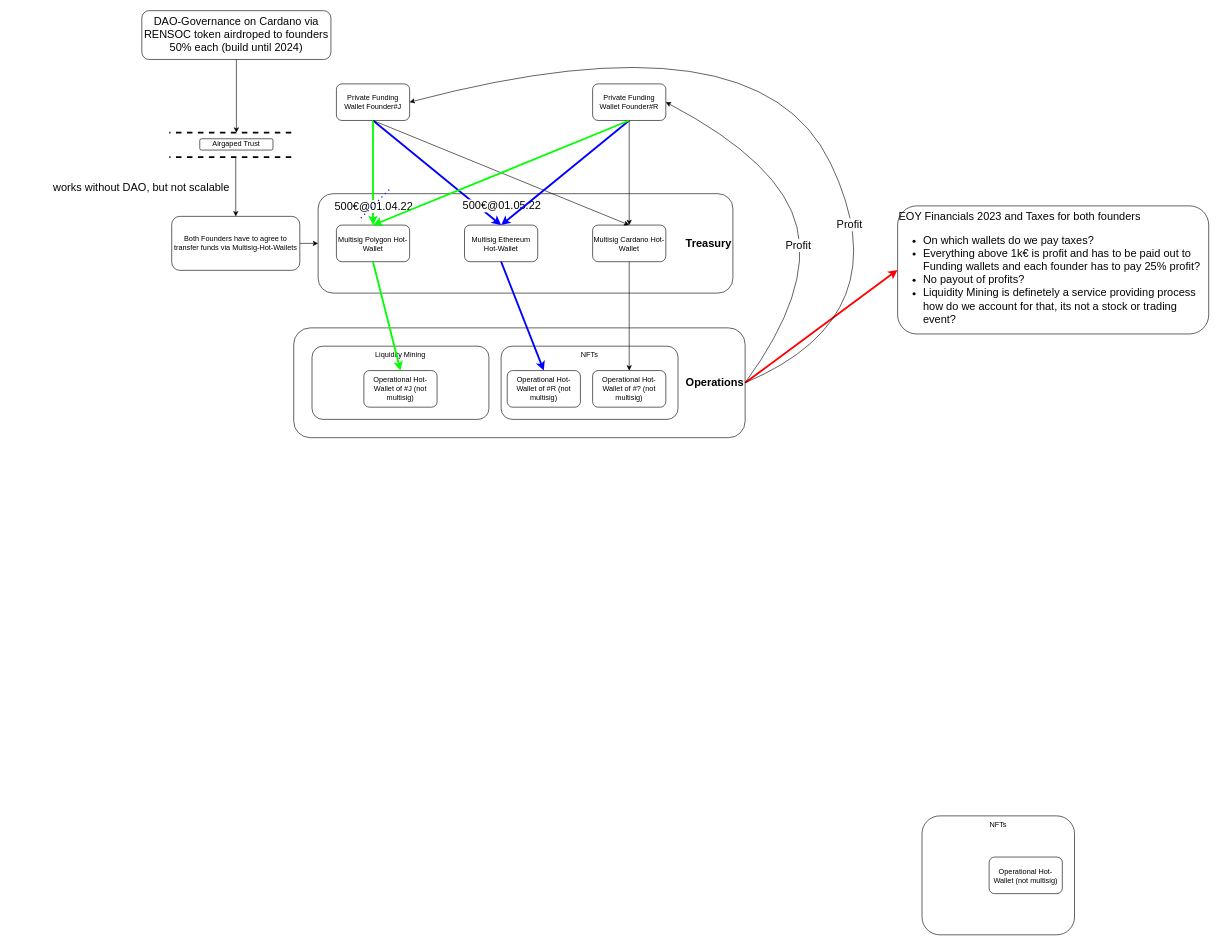
Above: 00_Organisational/Roadmap/organisationalOverview.drawio in Vedaykin/2ndRenaissanceSociety (draw.io), before the change. Source tidied: cells renumbered, new cells numbered last; positions are measured from the earlier drawing's top-left corner, leaving out a move shared by most shapes. Both pictures are drawn from the tidied source at 61%, with x=0, y=0 at pixel (142, 10).
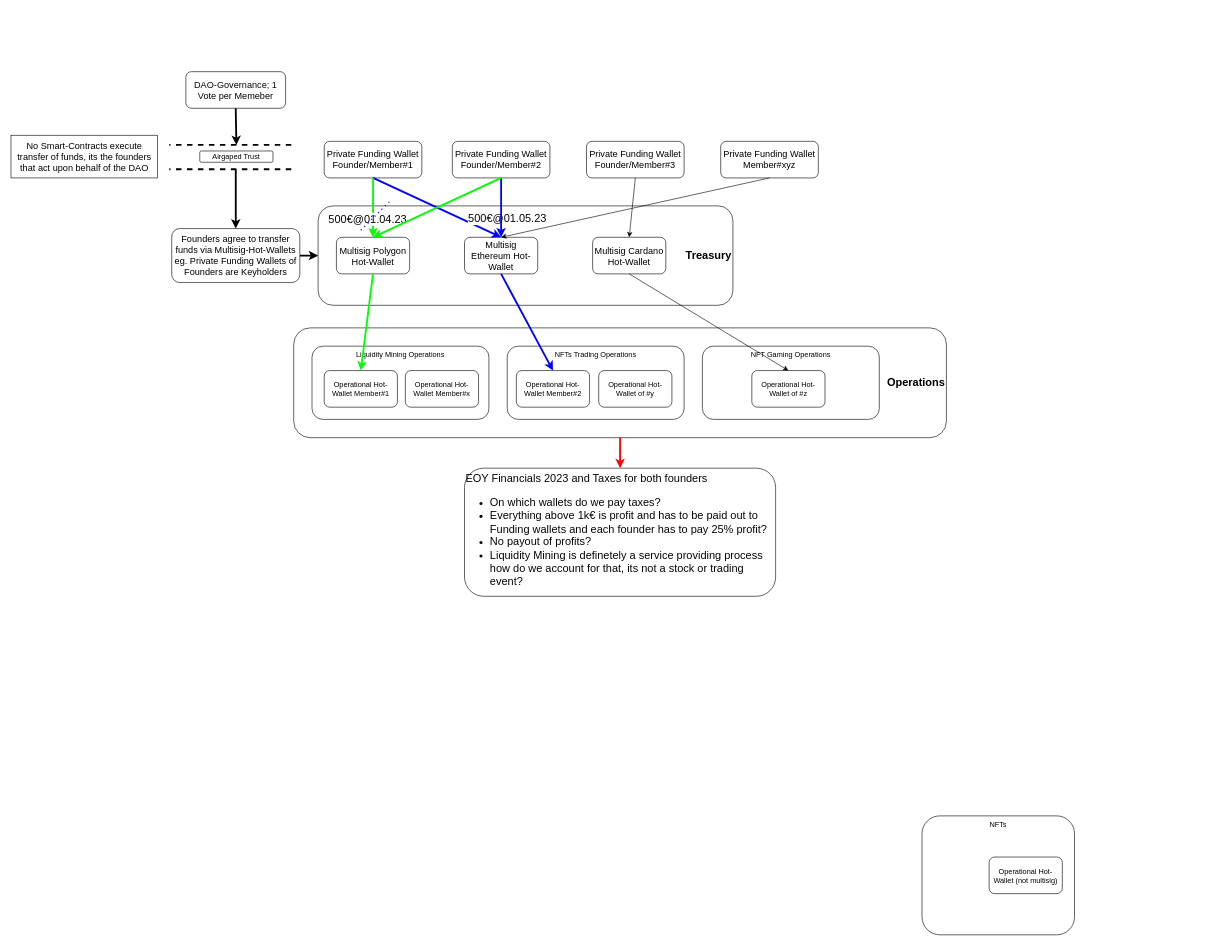
The same page after the edit.

Unchanged cells that the change refers to:
```xml
<mxCell id="8" style="endArrow=classic;startArrow=none;html=1;rounded=0;entryX=0.5;entryY=0;entryDx=0;entryDy=0;exitX=0.5;exitY=1;exitDx=0;exitDy=0;strokeColor=#0000FF;strokeWidth=3;startFill=0;" parent="1" edge="1" source="3" target="5">
  <mxGeometry relative="1" as="geometry" />
</mxCell>
<mxCell id="10" style="endArrow=classic;startArrow=none;html=1;rounded=0;entryX=0.5;entryY=0;entryDx=0;entryDy=0;exitX=0.5;exitY=1;exitDx=0;exitDy=0;fontColor=#050505;strokeColor=#00FF00;strokeWidth=3;startFill=0;" parent="1" edge="1" source="3" target="6">
  <mxGeometry relative="1" as="geometry" />
</mxCell>
```

What changed in the source:
```diff
@@
     <mxCell id="2" value="&lt;div style=&quot;&quot;&gt;&lt;b&gt;&lt;font style=&quot;font-size: 18px;&quot;&gt;Treasury&lt;/font&gt;&lt;/b&gt;&lt;/div&gt;" style="rounded=1;whiteSpace=wrap;html=1;align=right;" parent="1" vertex="1">
-      <mxGeometry x="289" y="300" width="680" height="163" as="geometry" />
+      <mxGeometry x="289" y="320" width="680" height="163" as="geometry" />
     </mxCell>
-    <mxCell id="3" value="Private Funding Wallet Founder#J" style="rounded=1;whiteSpace=wrap;html=1;" parent="1" vertex="1">
-      <mxGeometry x="319" y="120" width="120" height="60" as="geometry" />
+    <mxCell id="3" value="Private Funding Wallet Founder/Member#1" style="rounded=1;whiteSpace=wrap;html=1;fontSize=15;" parent="1" vertex="1">
+      <mxGeometry x="299" y="214.2" width="160" height="60" as="geometry" />
     </mxCell>
-    <mxCell id="4" value="Private Funding Wallet Founder#R" style="rounded=1;whiteSpace=wrap;html=1;" parent="1" vertex="1">
-      <mxGeometry x="739" y="120" width="120" height="60" as="geometry" />
+    <mxCell id="4" value="Private Funding Wallet Founder/Member#2" style="rounded=1;whiteSpace=wrap;html=1;fontSize=15;" parent="1" vertex="1">
+      <mxGeometry x="509" y="214.2" width="160" height="60" as="geometry" />
     </mxCell>
-    <mxCell id="5" value="Multisig Ethereum Hot-Wallet" style="rounded=1;whiteSpace=wrap;html=1;" parent="1" vertex="1">
-      <mxGeometry x="529" y="351.5" width="120" height="60" as="geometry" />
+    <mxCell id="5" value="Multisig Ethereum Hot-Wallet" style="rounded=1;whiteSpace=wrap;html=1;fontSize=15;" parent="1" vertex="1">
+      <mxGeometry x="529" y="371.5" width="120" height="60" as="geometry" />
     </mxCell>
-    <mxCell id="6" value="Multisig Polygon Hot-Wallet" style="rounded=1;whiteSpace=wrap;html=1;" parent="1" vertex="1">
-      <mxGeometry x="319" y="351.5" width="120" height="60" as="geometry" />
+    <mxCell id="6" value="Multisig Polygon Hot-Wallet" style="rounded=1;whiteSpace=wrap;html=1;fontSize=15;" parent="1" vertex="1">
+      <mxGeometry x="319" y="371.5" width="120" height="60" as="geometry" />
     </mxCell>
-    <mxCell id="7" value="Multisig Cardano Hot-Wallet" style="rounded=1;whiteSpace=wrap;html=1;" parent="1" vertex="1">
-      <mxGeometry x="739" y="351.5" width="120" height="60" as="geometry" />
+    <mxCell id="7" value="Multisig Cardano Hot-Wallet" style="rounded=1;whiteSpace=wrap;html=1;fontSize=15;" parent="1" vertex="1">
+      <mxGeometry x="739" y="371.5" width="120" height="60" as="geometry" />
     </mxCell>
@@
-    <mxCell id="9" value="500€@01.05.22" style="edgeLabel;html=1;align=center;verticalAlign=middle;fontSize=18;fontColor=#050505;" parent="8" vertex="1">
+    <mxCell id="9" value="500€@01.05.23" style="edgeLabel;html=1;align=center;verticalAlign=middle;fontSize=18;fontColor=#050505;" parent="8" vertex="1">
       <mxGeometry x="-0.2" y="1" relative="1" as="geometry">
-        <mxPoint x="126" y="72" as="offset" />
+        <mxPoint x="135" y="28" as="offset" />
       </mxGeometry>
     </mxCell>
@@
-    <mxCell id="11" value="500€@01.04.22" style="edgeLabel;html=1;align=center;verticalAlign=middle;fontSize=18;fontColor=#050505;" parent="10" vertex="1">
+    <mxCell id="11" value="500€@01.04.23" style="edgeLabel;html=1;align=center;verticalAlign=middle;fontSize=18;fontColor=#050505;" parent="10" vertex="1">
       <mxGeometry x="-0.37" relative="1" as="geometry">
-        <mxPoint y="86" as="offset" />
+        <mxPoint x="-10" y="36" as="offset" />
       </mxGeometry>
     </mxCell>
-    <mxCell id="12" style="endArrow=classic;startArrow=none;html=1;rounded=0;exitX=0.5;exitY=1;exitDx=0;exitDy=0;entryX=0.5;entryY=0;entryDx=0;entryDy=0;strokeColor=default;startFill=0;" parent="1" edge="1" source="3" target="7">
-      <mxGeometry relative="1" as="geometry" />
-    </mxCell>
@@
     <mxCell id="15" value="&lt;div style=&quot;&quot;&gt;&lt;b&gt;&lt;font style=&quot;font-size: 18px;&quot;&gt;Operations&lt;/font&gt;&lt;/b&gt;&lt;/div&gt;" style="rounded=1;whiteSpace=wrap;html=1;align=right;" parent="1" vertex="1">
-      <mxGeometry x="249" y="520" width="740" height="180" as="geometry" />
+      <mxGeometry x="249" y="520" width="1070" height="180" as="geometry" />
     </mxCell>
-    <mxCell id="16" style="endArrow=classic;startArrow=none;html=1;rounded=0;entryX=0.5;entryY=0;entryDx=0;entryDy=0;exitX=0.5;exitY=1;exitDx=0;exitDy=0;strokeColor=default;startFill=0;" parent="1" edge="1" source="4" target="7">
-      <mxGeometry relative="1" as="geometry" />
-    </mxCell>
-    <mxCell id="17" value="Liquidity Mining" style="rounded=1;whiteSpace=wrap;html=1;align=center;verticalAlign=top;" parent="1" vertex="1">
+    <mxCell id="17" value="Liquidity Mining Operations" style="rounded=1;whiteSpace=wrap;html=1;align=center;verticalAlign=top;" parent="1" vertex="1">
       <mxGeometry x="279" y="550" width="290" height="120" as="geometry" />
     </mxCell>
@@
-    <mxCell id="19" style="endArrow=classic;html=1;rounded=0;entryX=0;entryY=0.5;entryDx=0;entryDy=0;exitX=1;exitY=0.5;exitDx=0;exitDy=0;" parent="1" edge="1" source="20" target="2">
+    <mxCell id="19" style="endArrow=classic;html=1;rounded=0;entryX=0;entryY=0.5;entryDx=0;entryDy=0;exitX=1;exitY=0.5;exitDx=0;exitDy=0;strokeWidth=3;" parent="1" edge="1" source="20" target="2">
       <mxGeometry relative="1" as="geometry" />
     </mxCell>
-    <mxCell id="20" value="Both Founders have to agree to transfer funds via Multisig-Hot-Wallets" style="rounded=1;whiteSpace=wrap;html=1;" parent="1" vertex="1">
-      <mxGeometry x="49" y="337.2" width="210" height="88.5" as="geometry" />
+    <mxCell id="20" value="Founders agree to transfer funds via Multisig-Hot-Wallets eg. Private Funding Wallets of Founders are Keyholders" style="rounded=1;whiteSpace=wrap;html=1;fontSize=15;" parent="1" vertex="1">
+      <mxGeometry x="49" y="357.2" width="210" height="88.5" as="geometry" />
     </mxCell>
-    <mxCell id="21" value="Operational Hot-Wallet of #J (not multisig)" style="rounded=1;whiteSpace=wrap;html=1;" parent="1" vertex="1">
-      <mxGeometry x="364" y="590" width="120" height="60" as="geometry" />
+    <mxCell id="21" value="Operational Hot-Wallet Member#1" style="rounded=1;whiteSpace=wrap;html=1;" parent="1" vertex="1">
+      <mxGeometry x="299" y="590" width="120" height="60" as="geometry" />
     </mxCell>
@@
-    <mxCell id="24" value="NFTs" style="rounded=1;whiteSpace=wrap;html=1;align=center;verticalAlign=top;" parent="1" vertex="1">
-      <mxGeometry x="589" y="550" width="290" height="120" as="geometry" />
+    <mxCell id="24" value="NFTs Trading Operations" style="rounded=1;whiteSpace=wrap;html=1;align=center;verticalAlign=top;" parent="1" vertex="1">
+      <mxGeometry x="599" y="550" width="290" height="120" as="geometry" />
     </mxCell>
-    <mxCell id="25" value="Operational Hot-Wallet of #R (not multisig)" style="rounded=1;whiteSpace=wrap;html=1;" parent="1" vertex="1">
-      <mxGeometry x="599" y="590" width="120" height="60" as="geometry" />
+    <mxCell id="25" value="Operational Hot-Wallet Member#2" style="rounded=1;whiteSpace=wrap;html=1;" parent="1" vertex="1">
+      <mxGeometry x="614" y="590" width="120" height="60" as="geometry" />
     </mxCell>
@@
-    <mxCell id="27" value="Operational Hot-Wallet of #? (not multisig)" style="rounded=1;whiteSpace=wrap;html=1;" parent="1" vertex="1">
-      <mxGeometry x="739" y="590" width="120" height="60" as="geometry" />
+    <mxCell id="27" value="Operational Hot-Wallet of #y" style="rounded=1;whiteSpace=wrap;html=1;" parent="1" vertex="1">
+      <mxGeometry x="749" y="590" width="120" height="60" as="geometry" />
     </mxCell>
-    <mxCell id="28" style="endArrow=classic;startArrow=none;html=1;rounded=0;entryX=0.5;entryY=0;entryDx=0;entryDy=0;exitX=0.5;exitY=1;exitDx=0;exitDy=0;startFill=0;" parent="1" edge="1" source="7" target="27">
-      <mxGeometry relative="1" as="geometry" />
-    </mxCell>
     <mxCell id="29" value="EOY Financials 2023 and Taxes for both founders&lt;br&gt;&lt;ul&gt;&lt;li&gt;On which wallets do we pay taxes?&lt;/li&gt;&lt;li&gt;Everything above 1k€ is profit and has to be paid out to Funding wallets and each founder has to pay 25% profit?&lt;/li&gt;&lt;li&gt;No payout of profits?&lt;/li&gt;&lt;li&gt;Liquidity Mining is definetely a service providing process how do we account for that, its not a stock or trading event?&lt;/li&gt;&lt;/ul&gt;" style="rounded=1;whiteSpace=wrap;html=1;fontSize=18;fontColor=#050505;verticalAlign=top;align=left;" parent="1" vertex="1">
-      <mxGeometry x="1239" y="320" width="510" height="210" as="geometry" />
+      <mxGeometry x="529" y="750" width="510" height="210" as="geometry" />
     </mxCell>
-    <mxCell id="30" style="endArrow=none;startArrow=classic;html=1;rounded=0;strokeWidth=3;strokeColor=#FF0000;endFill=0;exitX=0;exitY=0.5;exitDx=0;exitDy=0;" parent="1" edge="1" source="29">
-      <mxGeometry relative="1" as="geometry">
-        <mxPoint x="989" y="610" as="targetPoint" />
-      </mxGeometry>
+    <mxCell id="30" style="endArrow=none;startArrow=classic;html=1;rounded=0;strokeWidth=3;strokeColor=#FF0000;endFill=0;exitX=0.5;exitY=0;exitDx=0;exitDy=0;entryX=0.5;entryY=1;entryDx=0;entryDy=0;" parent="1" edge="1" source="29" target="15">
+      <mxGeometry relative="1" as="geometry" />
     </mxCell>
-    <mxCell id="31" value="DAO-Governance on Cardano via RENSOC token airdroped to founders 50% each (build until 2024)" style="rounded=1;whiteSpace=wrap;html=1;fontSize=18;fontColor=#050505;" parent="1" vertex="1">
-      <mxGeometry width="310" height="80" as="geometry" />
+    <mxCell id="31" value="DAO-Governance; 1 Vote per Memeber" style="rounded=1;whiteSpace=wrap;html=1;fontSize=15;fontColor=#050505;" parent="1" vertex="1">
+      <mxGeometry x="72.2" y="100" width="163.5" height="60" as="geometry" />
     </mxCell>
     <mxCell id="32" style="endArrow=none;dashed=1;html=1;rounded=0;strokeColor=#000000;strokeWidth=3;fontSize=18;fontColor=#050505;" parent="1" edge="1">
       <mxGeometry relative="1" as="geometry">
-        <mxPoint x="245" y="240" as="sourcePoint" />
-        <mxPoint x="45" y="240" as="targetPoint" />
+        <mxPoint x="245" y="260" as="sourcePoint" />
+        <mxPoint x="45" y="260" as="targetPoint" />
       </mxGeometry>
     </mxCell>
     <mxCell id="33" style="endArrow=none;dashed=1;html=1;rounded=0;strokeColor=#000000;strokeWidth=3;fontSize=18;fontColor=#050505;" parent="1" edge="1">
       <mxGeometry relative="1" as="geometry">
-        <mxPoint x="245" y="200" as="sourcePoint" />
-        <mxPoint x="45" y="200" as="targetPoint" />
+        <mxPoint x="245" y="220" as="sourcePoint" />
+        <mxPoint x="45" y="220" as="targetPoint" />
       </mxGeometry>
     </mxCell>
-    <mxCell id="34" style="endArrow=classic;html=1;rounded=0;strokeColor=#000000;strokeWidth=1;fontSize=18;fontColor=#050505;exitX=0.5;exitY=1;exitDx=0;exitDy=0;" parent="1" edge="1" source="31">
+    <mxCell id="34" style="endArrow=classic;html=1;rounded=0;strokeColor=#000000;strokeWidth=3;fontSize=18;fontColor=#050505;exitX=0.5;exitY=1;exitDx=0;exitDy=0;" parent="1" edge="1" source="31">
       <mxGeometry relative="1" as="geometry">
-        <mxPoint x="155" y="200" as="targetPoint" />
+        <mxPoint x="155" y="220" as="targetPoint" />
       </mxGeometry>
     </mxCell>
     <mxCell id="35" style="endArrow=none;dashed=1;html=1;dashPattern=1 3;strokeWidth=2;rounded=0;strokeColor=#0000FF;fontSize=18;fontColor=#050505;" parent="1" edge="1">
       <mxGeometry relative="1" as="geometry">
-        <mxPoint x="359" y="340" as="sourcePoint" />
-        <mxPoint x="409" y="290" as="targetPoint" />
+        <mxPoint x="359" y="360" as="sourcePoint" />
+        <mxPoint x="409" y="310" as="targetPoint" />
       </mxGeometry>
     </mxCell>
-    <mxCell id="36" value="works without DAO, but not scalable" style="endArrow=classic;html=1;rounded=0;strokeColor=#000000;strokeWidth=1;fontSize=18;fontColor=#050505;entryX=0.5;entryY=0;entryDx=0;entryDy=0;" parent="1" edge="1" target="20">
-      <mxGeometry x="0.03" y="-155" relative="1" as="geometry">
-        <mxPoint x="154" y="240" as="sourcePoint" />
-      </mxGeometry>
-    </mxCell>
     <mxCell id="37" value="Airgaped Trust" style="rounded=1;whiteSpace=wrap;html=1;" parent="1" vertex="1">
-      <mxGeometry x="95" y="210" width="120" height="18.5" as="geometry" />
+      <mxGeometry x="95" y="230" width="120" height="18.5" as="geometry" />
     </mxCell>
-    <mxCell id="38" style="curved=1;endArrow=classic;html=1;rounded=0;strokeColor=#000000;strokeWidth=1;fontSize=18;fontColor=#050505;exitX=1;exitY=0.5;exitDx=0;exitDy=0;entryX=1;entryY=0.5;entryDx=0;entryDy=0;" parent="1" edge="1" source="15" target="3">
-      <mxGeometry relative="1" as="geometry">
-        <Array as="points">
-          <mxPoint x="1249" y="500" />
-          <mxPoint x="1009" />
-        </Array>
-      </mxGeometry>
-    </mxCell>
-    <mxCell id="39" value="Profit" style="edgeLabel;html=1;align=center;verticalAlign=middle;fontSize=18;fontColor=#050505;" parent="38" vertex="1">
-      <mxGeometry x="-0.36" y="16" relative="1" as="geometry" />
-    </mxCell>
-    <mxCell id="40" style="curved=1;endArrow=classic;html=1;rounded=0;strokeColor=#000000;strokeWidth=1;fontSize=18;fontColor=#050505;exitX=1;exitY=0.5;exitDx=0;exitDy=0;entryX=1;entryY=0.5;entryDx=0;entryDy=0;" parent="1" edge="1" source="15" target="4">
-      <mxGeometry relative="1" as="geometry">
-        <Array as="points">
-          <mxPoint x="1099" y="460" />
-          <mxPoint x="1049" y="250" />
-        </Array>
-      </mxGeometry>
-    </mxCell>
-    <mxCell id="41" value="Profit" style="edgeLabel;html=1;align=center;verticalAlign=middle;fontSize=18;fontColor=#050505;" parent="40" vertex="1">
-      <mxGeometry x="-0.14" y="5" relative="1" as="geometry" />
-    </mxCell>
+    <mxCell id="42" value="No Smart-Contracts execute transfer of funds, its the founders that act upon behalf of the DAO" style="rounded=0;whiteSpace=wrap;html=1;fontSize=15;" parent="1" vertex="1">
+      <mxGeometry x="-214.5" y="204.2" width="240" height="70" as="geometry" />
+    </mxCell>
+    <mxCell id="43" style="endArrow=classic;html=1;rounded=0;strokeColor=#000000;strokeWidth=3;fontSize=18;fontColor=#050505;entryX=0.5;entryY=0;entryDx=0;entryDy=0;" parent="1" edge="1" target="20">
+      <mxGeometry relative="1" as="geometry">
+        <mxPoint x="154" y="260" as="sourcePoint" />
+      </mxGeometry>
+    </mxCell>
+    <mxCell id="44" value="Private Funding Wallet Founder/Member#3" style="rounded=1;whiteSpace=wrap;html=1;fontSize=15;" parent="1" vertex="1">
+      <mxGeometry x="729" y="214.2" width="160" height="60" as="geometry" />
+    </mxCell>
+    <mxCell id="45" value="Private Funding Wallet Member#xyz" style="rounded=1;whiteSpace=wrap;html=1;fontSize=15;" parent="1" vertex="1">
+      <mxGeometry x="949" y="214.2" width="160" height="60" as="geometry" />
+    </mxCell>
+    <mxCell id="46" value="Operational Hot-Wallet Member#x" style="rounded=1;whiteSpace=wrap;html=1;" parent="1" vertex="1">
+      <mxGeometry x="432" y="590" width="120" height="60" as="geometry" />
+    </mxCell>
+    <mxCell id="47" value="NFT Gaming Operations" style="rounded=1;whiteSpace=wrap;html=1;align=center;verticalAlign=top;" parent="1" vertex="1">
+      <mxGeometry x="919" y="550" width="290" height="120" as="geometry" />
+    </mxCell>
+    <mxCell id="48" value="Operational Hot-Wallet of #z" style="rounded=1;whiteSpace=wrap;html=1;" parent="1" vertex="1">
+      <mxGeometry x="1000" y="590" width="120" height="60" as="geometry" />
+    </mxCell>
+    <mxCell id="49" style="endArrow=classic;html=1;rounded=0;strokeColor=#000000;strokeWidth=1;fontSize=18;fontColor=#050505;entryX=0.5;entryY=0;entryDx=0;entryDy=0;exitX=0.5;exitY=1;exitDx=0;exitDy=0;" parent="1" edge="1" source="44" target="7">
+      <mxGeometry relative="1" as="geometry" />
+    </mxCell>
+    <mxCell id="50" style="endArrow=classic;html=1;rounded=0;strokeColor=#000000;strokeWidth=1;fontSize=18;fontColor=#050505;entryX=0.5;entryY=0;entryDx=0;entryDy=0;exitX=0.5;exitY=1;exitDx=0;exitDy=0;" parent="1" edge="1" source="45" target="5">
+      <mxGeometry relative="1" as="geometry" />
+    </mxCell>
+    <mxCell id="51" style="endArrow=classic;html=1;rounded=0;strokeColor=#000000;strokeWidth=1;fontSize=18;fontColor=#050505;entryX=0.5;entryY=0;entryDx=0;entryDy=0;exitX=0.5;exitY=1;exitDx=0;exitDy=0;" parent="1" edge="1" source="7" target="48">
+      <mxGeometry relative="1" as="geometry" />
+    </mxCell>
```
